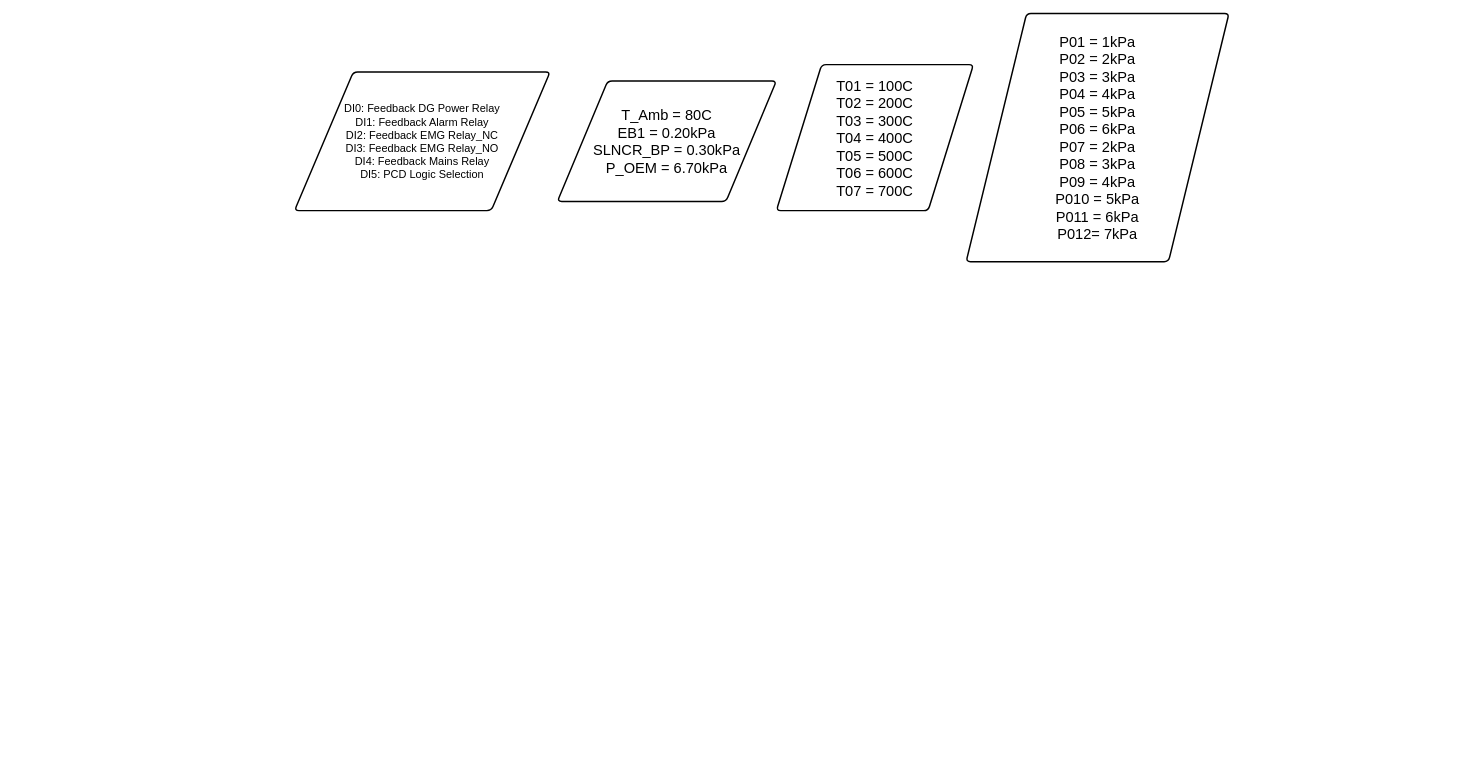
The draw.io diagram RECD Logic A.drawio in LakshayNegi108/Arduino-Projects, before the edit. Source tidied: cells renumbered, new cells numbered last; positions are measured from the earlier drawing's top-left corner, leaving out a move shared by most shapes. Both pictures are drawn from the tidied source at 73%, with x=0, y=0 at pixel (294, 13).
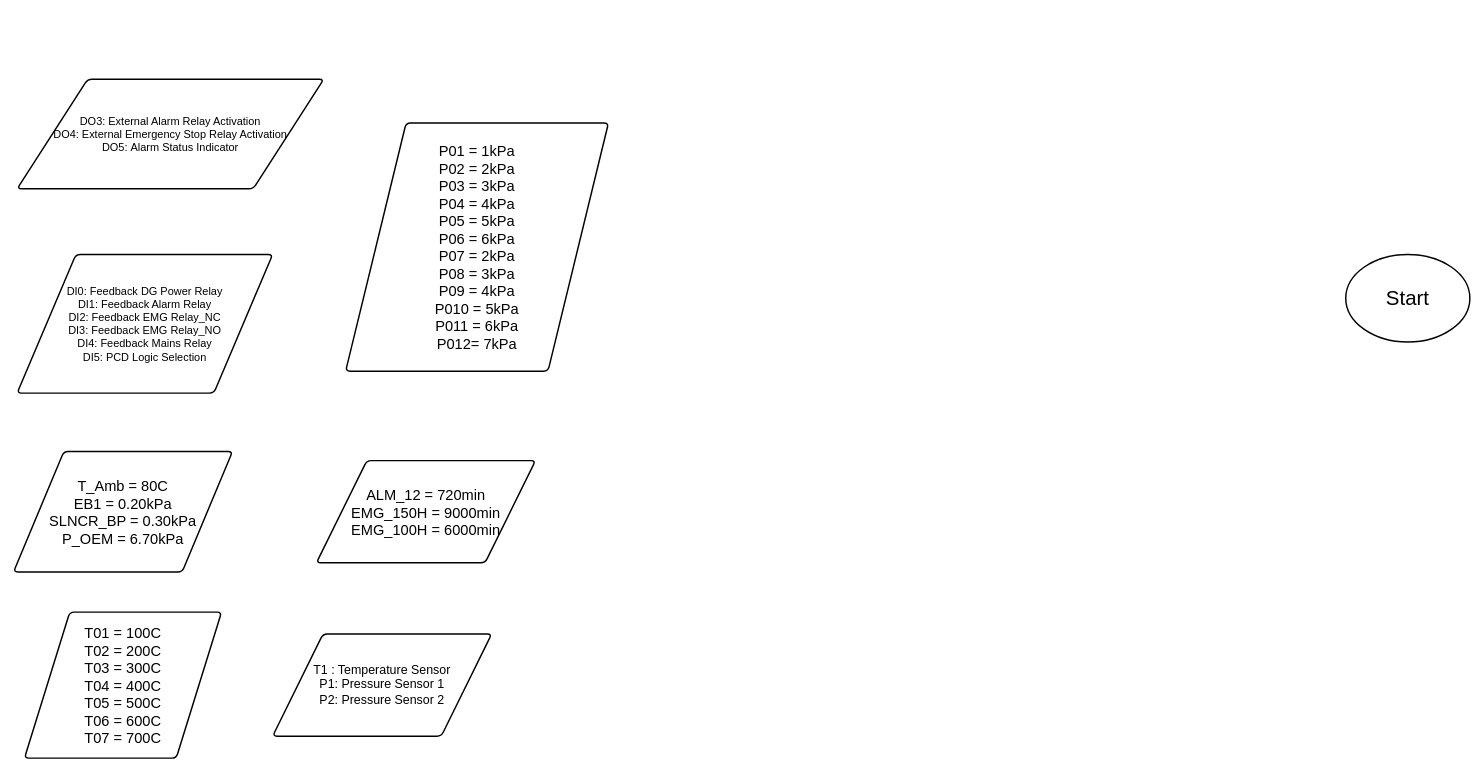
Above is the later version.

The edit, as a diff of the source:
```diff
@@
 <mxGraphModel>
   <root>
     <mxCell id="0" />
     <mxCell id="1" parent="0" />
     <mxCell id="2" value="&lt;font style=&quot;font-size: 15px;&quot;&gt;DI0: Feedback DG Power Relay&lt;br&gt;DI1:&amp;nbsp;Feedback Alarm Relay&lt;br&gt;DI2:&amp;nbsp;Feedback EMG Relay_NC&lt;br&gt;DI3:&amp;nbsp;Feedback EMG Relay_NO&lt;br&gt;DI4:&amp;nbsp;Feedback Mains Relay&lt;br&gt;DI5:&amp;nbsp;PCD Logic Selection&lt;/font&gt;" style="shape=parallelogram;html=1;strokeWidth=2;perimeter=parallelogramPerimeter;whiteSpace=wrap;rounded=1;arcSize=12;size=0.23;fillColor=default;strokeColor=default;" parent="1" vertex="1">
-      <mxGeometry y="80" width="350" height="190" as="geometry" />
+      <mxGeometry x="-380" y="330" width="350" height="190" as="geometry" />
     </mxCell>
     <mxCell id="3" value="&lt;font style=&quot;font-size: 20px;&quot;&gt;T_Amb = 80C&lt;br&gt;EB1 = 0.20kPa&lt;br&gt;SLNCR_BP = 0.30kPa&lt;br&gt;P_OEM = 6.70kPa&lt;br&gt;&lt;/font&gt;" style="shape=parallelogram;html=1;strokeWidth=2;perimeter=parallelogramPerimeter;whiteSpace=wrap;rounded=1;arcSize=12;size=0.23;" parent="1" vertex="1">
-      <mxGeometry x="360" y="92.5" width="300" height="165" as="geometry" />
+      <mxGeometry x="-385" y="600" width="300" height="165" as="geometry" />
     </mxCell>
     <mxCell id="4" value="&lt;font style=&quot;font-size: 20px;&quot;&gt;T01 = 100C&lt;br&gt;T02 = 200C&lt;br&gt;T03 = 300C&lt;br&gt;T04 = 400C&lt;br&gt;T05 = 500C&lt;br&gt;T06 = 600C&lt;br&gt;T07 = 700C&lt;br&gt;&lt;/font&gt;" style="shape=parallelogram;html=1;strokeWidth=2;perimeter=parallelogramPerimeter;whiteSpace=wrap;rounded=1;arcSize=12;size=0.23;" parent="1" vertex="1">
-      <mxGeometry x="660" y="70" width="270" height="200" as="geometry" />
+      <mxGeometry x="-370" y="820" width="270" height="200" as="geometry" />
     </mxCell>
     <mxCell id="5" value="&lt;font style=&quot;font-size: 20px;&quot;&gt;P01 = 1kPa&lt;br style=&quot;border-color: var(--border-color);&quot;&gt;P02 = 2kPa&lt;br style=&quot;border-color: var(--border-color);&quot;&gt;P03 = 3kPa&lt;br style=&quot;border-color: var(--border-color);&quot;&gt;P04 = 4kPa&lt;br style=&quot;border-color: var(--border-color);&quot;&gt;P05 = 5kPa&lt;br style=&quot;border-color: var(--border-color);&quot;&gt;P06 = 6kPa&lt;br style=&quot;border-color: var(--border-color);&quot;&gt;P07 = 2kPa&lt;br&gt;P08 = 3kPa&lt;br&gt;P09 = 4kPa&lt;br&gt;P010 = 5kPa&lt;br style=&quot;border-color: var(--border-color);&quot;&gt;P011 = 6kPa&lt;br style=&quot;border-color: var(--border-color);&quot;&gt;P012= 7kPa&lt;br style=&quot;border-color: var(--border-color);&quot;&gt;&lt;/font&gt;" style="shape=parallelogram;html=1;strokeWidth=2;perimeter=parallelogramPerimeter;whiteSpace=wrap;rounded=1;arcSize=12;size=0.23;" parent="1" vertex="1">
-      <mxGeometry x="920" width="360" height="340" as="geometry" />
+      <mxGeometry x="70" y="150" width="360" height="340" as="geometry" />
     </mxCell>
+    <mxCell id="6" value="&lt;font style=&quot;font-size: 20px;&quot;&gt;ALM_12 = 720min&lt;br&gt;EMG_150H = 9000min&lt;br&gt;EMG_100H = 6000min&lt;/font&gt;" style="shape=parallelogram;html=1;strokeWidth=2;perimeter=parallelogramPerimeter;whiteSpace=wrap;rounded=1;arcSize=12;size=0.23;" parent="1" vertex="1">
+      <mxGeometry x="30" y="612.5" width="300" height="140" as="geometry" />
+    </mxCell>
+    <mxCell id="7" value="&lt;font style=&quot;font-size: 15px;&quot;&gt;DO3:&amp;nbsp;External Alarm Relay Activation&lt;br&gt;DO4:&amp;nbsp;External Emergency Stop Relay Activation&lt;br&gt;DO5:&amp;nbsp;Alarm Status Indicator&lt;/font&gt;" style="shape=parallelogram;html=1;strokeWidth=2;perimeter=parallelogramPerimeter;whiteSpace=wrap;rounded=1;arcSize=12;size=0.23;" parent="1" vertex="1">
+      <mxGeometry x="-380" y="90" width="420" height="150" as="geometry" />
+    </mxCell>
+    <mxCell id="8" value="&lt;font style=&quot;font-size: 28px;&quot;&gt;Start&lt;/font&gt;" style="strokeWidth=2;html=1;shape=mxgraph.flowchart.start_1;whiteSpace=wrap;" parent="1" vertex="1">
+      <mxGeometry x="1440" y="330" width="170" height="120" as="geometry" />
+    </mxCell>
+    <mxCell id="9" value="&lt;font style=&quot;font-size: 17px;&quot;&gt;T1 : Temperature Sensor&lt;br&gt;P1: Pressure Sensor 1&lt;br&gt;P2: Pressure Sensor 2&lt;/font&gt;" style="shape=parallelogram;html=1;strokeWidth=2;perimeter=parallelogramPerimeter;whiteSpace=wrap;rounded=1;arcSize=12;size=0.23;" parent="1" vertex="1">
+      <mxGeometry x="-30" y="850" width="300" height="140" as="geometry" />
+    </mxCell>
   </root>
 </mxGraphModel>
```
